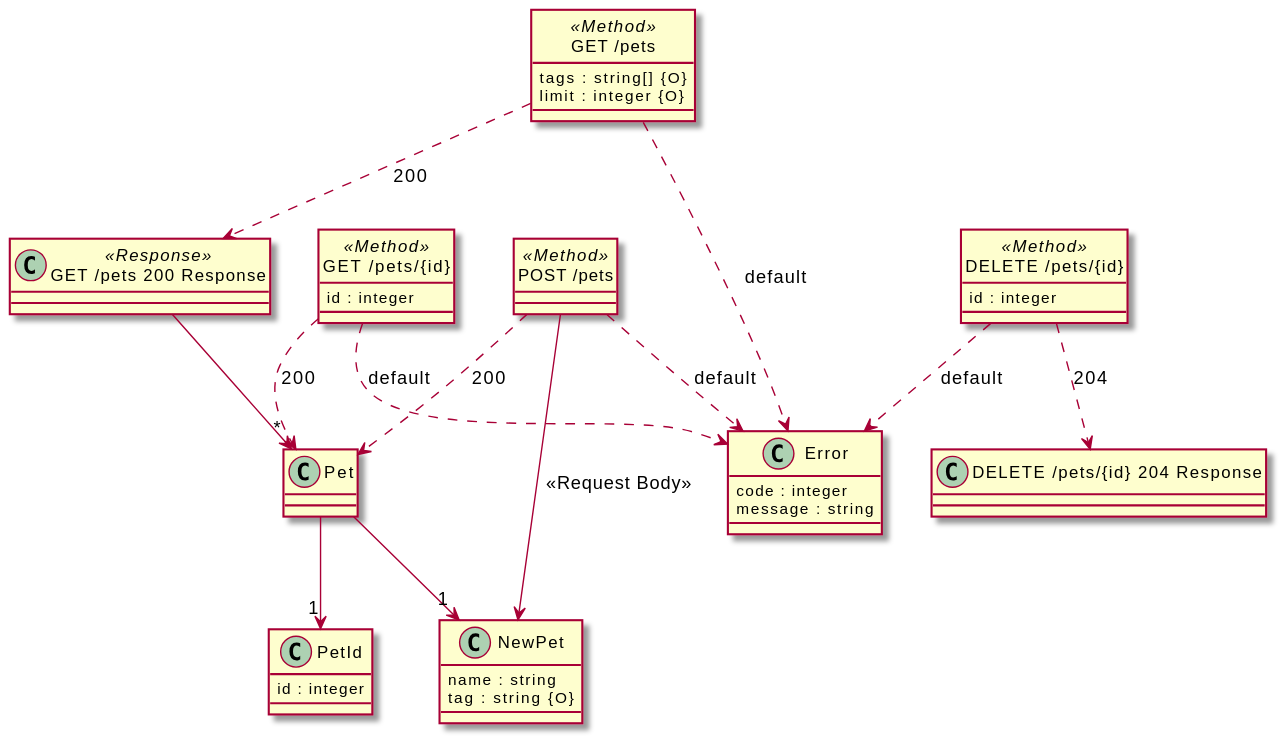
This is src/docs/tests/petstore-expanded.puml.svg from davidmoten/openapi-to-plantuml, a PlantUML export, as it was before one commit.
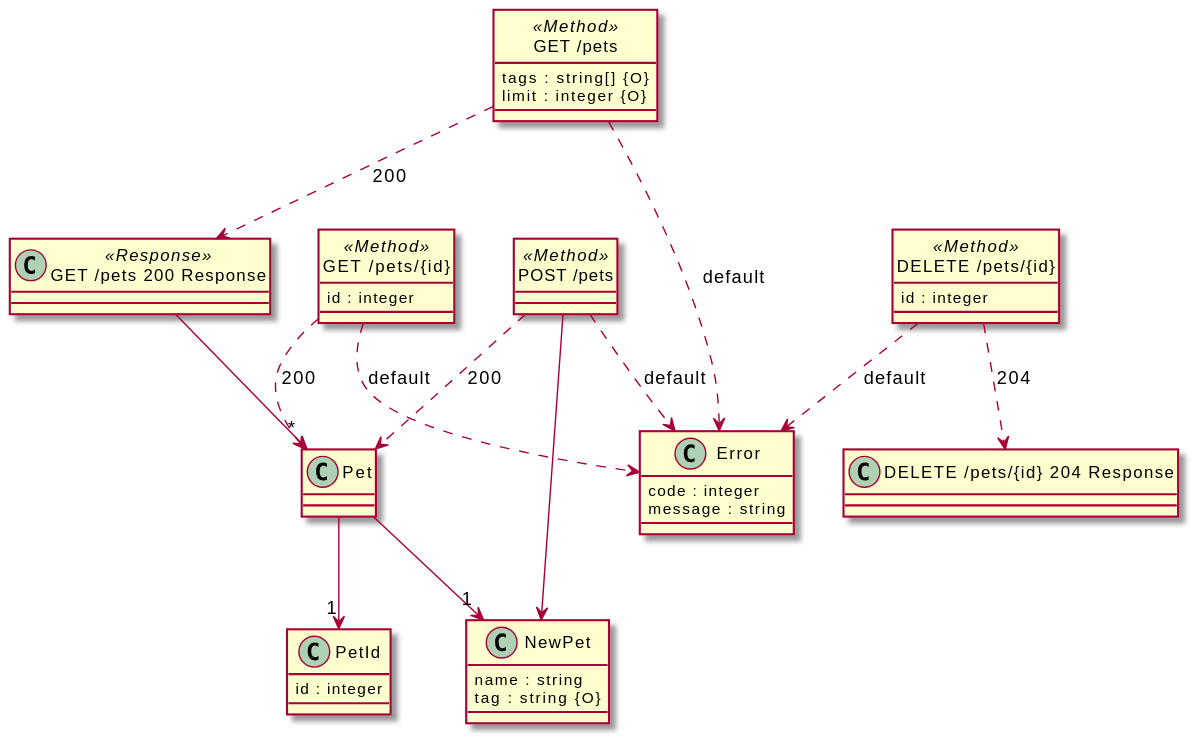
The same file after the commit.

What changed in the source:
```diff
@@ -44,7 +44,7 @@
 
 "POST /pets" ..> "Error": default
 
-"POST /pets" --> "NewPet" : "<<Request Body>>"
+"POST /pets" --> "NewPet"
 
 class "GET /pets/{id}" <<Method>> {
   id : integer
```
